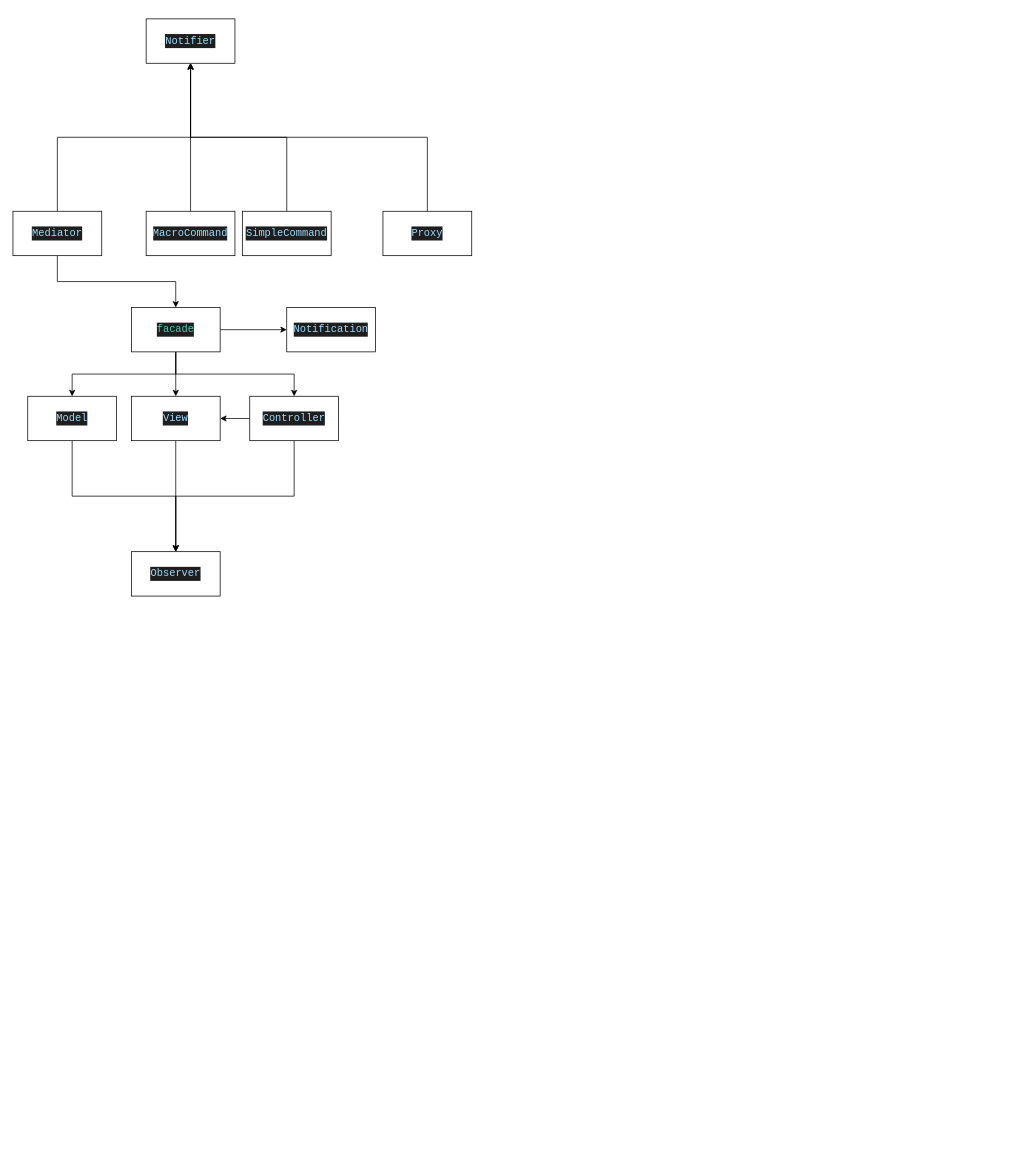
This is page "第 1 页" (5 of 7) of PureMVC.drawio from 1995zmj/ZMJ, a draw.io file, before an edit. Source tidied: cells renumbered, new cells numbered last; positions are measured from the earlier drawing's top-left corner, leaving out a move shared by most shapes. Both pictures are drawn from the tidied source at 74%, with x=0, y=0 at pixel (13, 18).
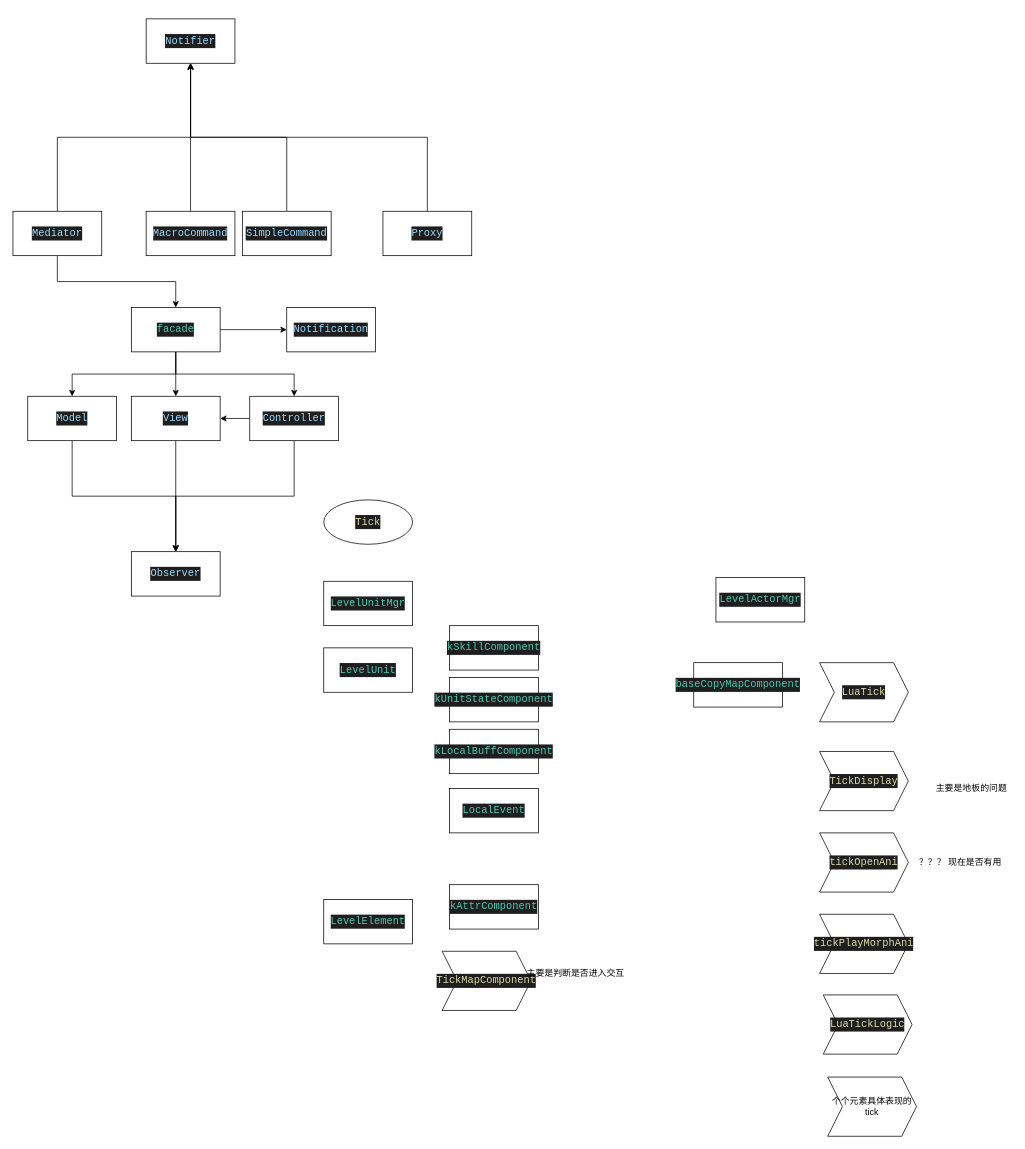
Above is the later version.

The edit, as a diff of the source:
```diff
@@
+    <mxCell id="26" value="&lt;div style=&quot;color: rgb(212 , 212 , 212) ; background-color: rgb(30 , 30 , 30) ; font-family: &amp;#34;consolas&amp;#34; , &amp;#34;courier new&amp;#34; , monospace ; font-size: 14px ; line-height: 19px&quot;&gt;&lt;span style=&quot;color: #4ec9b0&quot;&gt;LevelUnitMgr&lt;/span&gt;&lt;/div&gt;" style="whiteSpace=wrap;html=1;" parent="1" vertex="1">
+      <mxGeometry x="420" y="760" width="120" height="60" as="geometry" />
+    </mxCell>
+    <mxCell id="27" value="&lt;div style=&quot;color: rgb(212 , 212 , 212) ; background-color: rgb(30 , 30 , 30) ; font-family: &amp;#34;consolas&amp;#34; , &amp;#34;courier new&amp;#34; , monospace ; font-size: 14px ; line-height: 19px&quot;&gt;&lt;span style=&quot;color: #dcdcaa&quot;&gt;Tick&lt;/span&gt;&lt;/div&gt;" style="ellipse;whiteSpace=wrap;html=1;" parent="1" vertex="1">
+      <mxGeometry x="420" y="650" width="120" height="60" as="geometry" />
+    </mxCell>
+    <mxCell id="28" value="&lt;div style=&quot;color: rgb(212 , 212 , 212) ; background-color: rgb(30 , 30 , 30) ; font-family: &amp;#34;consolas&amp;#34; , &amp;#34;courier new&amp;#34; , monospace ; font-size: 14px ; line-height: 19px&quot;&gt;&lt;span style=&quot;color: #4ec9b0&quot;&gt;LevelUnit&lt;/span&gt;&lt;/div&gt;" style="whiteSpace=wrap;html=1;" parent="1" vertex="1">
+      <mxGeometry x="420" y="850" width="120" height="60" as="geometry" />
+    </mxCell>
+    <mxCell id="29" value="&lt;div style=&quot;color: rgb(212 , 212 , 212) ; background-color: rgb(30 , 30 , 30) ; font-family: &amp;#34;consolas&amp;#34; , &amp;#34;courier new&amp;#34; , monospace ; font-size: 14px ; line-height: 19px&quot;&gt;&lt;span style=&quot;color: #4ec9b0&quot;&gt;LocalEvent&lt;/span&gt;&lt;/div&gt;" style="whiteSpace=wrap;html=1;" parent="1" vertex="1">
+      <mxGeometry x="590" y="1040" width="120" height="60" as="geometry" />
+    </mxCell>
+    <mxCell id="30" value="&lt;div style=&quot;color: rgb(212 , 212 , 212) ; background-color: rgb(30 , 30 , 30) ; font-family: &amp;#34;consolas&amp;#34; , &amp;#34;courier new&amp;#34; , monospace ; font-size: 14px ; line-height: 19px&quot;&gt;&lt;span style=&quot;color: #4ec9b0&quot;&gt;kSkillComponent&lt;/span&gt;&lt;/div&gt;" style="whiteSpace=wrap;html=1;" parent="1" vertex="1">
+      <mxGeometry x="590" y="820" width="120" height="60" as="geometry" />
+    </mxCell>
+    <mxCell id="31" value="&lt;div style=&quot;color: rgb(212 , 212 , 212) ; background-color: rgb(30 , 30 , 30) ; font-family: &amp;#34;consolas&amp;#34; , &amp;#34;courier new&amp;#34; , monospace ; font-size: 14px ; line-height: 19px&quot;&gt;&lt;span style=&quot;color: #4ec9b0&quot;&gt;kUnitStateComponent&lt;/span&gt;&lt;/div&gt;" style="whiteSpace=wrap;html=1;" parent="1" vertex="1">
+      <mxGeometry x="590" y="890" width="120" height="60" as="geometry" />
+    </mxCell>
+    <mxCell id="32" value="&lt;div style=&quot;color: rgb(212 , 212 , 212) ; background-color: rgb(30 , 30 , 30) ; font-family: &amp;#34;consolas&amp;#34; , &amp;#34;courier new&amp;#34; , monospace ; font-size: 14px ; line-height: 19px&quot;&gt;&lt;span style=&quot;color: #4ec9b0&quot;&gt;kLocalBuffComponent&lt;/span&gt;&lt;/div&gt;" style="whiteSpace=wrap;html=1;" parent="1" vertex="1">
+      <mxGeometry x="590" y="960" width="120" height="60" as="geometry" />
+    </mxCell>
+    <mxCell id="33" value="&lt;div style=&quot;color: rgb(212 , 212 , 212) ; background-color: rgb(30 , 30 , 30) ; font-family: &amp;#34;consolas&amp;#34; , &amp;#34;courier new&amp;#34; , monospace ; font-size: 14px ; line-height: 19px&quot;&gt;&lt;span style=&quot;color: #4ec9b0&quot;&gt;LevelElement&lt;/span&gt;&lt;/div&gt;" style="whiteSpace=wrap;html=1;" parent="1" vertex="1">
+      <mxGeometry x="420" y="1190" width="120" height="60" as="geometry" />
+    </mxCell>
+    <mxCell id="34" value="&lt;div style=&quot;color: rgb(212 , 212 , 212) ; background-color: rgb(30 , 30 , 30) ; font-family: &amp;#34;consolas&amp;#34; , &amp;#34;courier new&amp;#34; , monospace ; font-size: 14px ; line-height: 19px&quot;&gt;&lt;span style=&quot;color: #4ec9b0&quot;&gt;kAttrComponent&lt;/span&gt;&lt;/div&gt;" style="whiteSpace=wrap;html=1;" parent="1" vertex="1">
+      <mxGeometry x="590" y="1170" width="120" height="60" as="geometry" />
+    </mxCell>
+    <mxCell id="35" value="&lt;div style=&quot;color: rgb(212 , 212 , 212) ; background-color: rgb(30 , 30 , 30) ; font-family: &amp;#34;consolas&amp;#34; , &amp;#34;courier new&amp;#34; , monospace ; font-size: 14px ; line-height: 19px&quot;&gt;&lt;span style=&quot;color: #dcdcaa&quot;&gt;TickMapComponent&lt;/span&gt;&lt;/div&gt;" style="shape=step;perimeter=stepPerimeter;whiteSpace=wrap;html=1;fixedSize=1;" parent="1" vertex="1">
+      <mxGeometry x="580" y="1260" width="120" height="80" as="geometry" />
+    </mxCell>
+    <mxCell id="36" value="主要是判断是否进入交互" style="text;html=1;align=center;verticalAlign=middle;strokeColor=none;fillColor=none;" parent="1" vertex="1">
+      <mxGeometry x="685" y="1280" width="150" height="20" as="geometry" />
+    </mxCell>
+    <mxCell id="37" value="&lt;div style=&quot;color: rgb(212 , 212 , 212) ; background-color: rgb(30 , 30 , 30) ; font-family: &amp;#34;consolas&amp;#34; , &amp;#34;courier new&amp;#34; , monospace ; font-size: 14px ; line-height: 19px&quot;&gt;&lt;span style=&quot;color: #4ec9b0&quot;&gt;LevelActorMgr&lt;/span&gt;&lt;/div&gt;" style="whiteSpace=wrap;html=1;" parent="1" vertex="1">
+      <mxGeometry x="950" y="755" width="120" height="60" as="geometry" />
+    </mxCell>
+    <mxCell id="38" value="&lt;div style=&quot;color: rgb(212 , 212 , 212) ; background-color: rgb(30 , 30 , 30) ; font-family: &amp;#34;consolas&amp;#34; , &amp;#34;courier new&amp;#34; , monospace ; font-size: 14px ; line-height: 19px&quot;&gt;&lt;span style=&quot;color: #dcdcaa&quot;&gt;LuaTick&lt;/span&gt;&lt;/div&gt;" style="shape=step;perimeter=stepPerimeter;whiteSpace=wrap;html=1;fixedSize=1;" parent="1" vertex="1">
+      <mxGeometry x="1090" y="870" width="120" height="80" as="geometry" />
+    </mxCell>
+    <mxCell id="39" value="&lt;div style=&quot;color: rgb(212 , 212 , 212) ; background-color: rgb(30 , 30 , 30) ; font-family: &amp;#34;consolas&amp;#34; , &amp;#34;courier new&amp;#34; , monospace ; font-size: 14px ; line-height: 19px&quot;&gt;&lt;span style=&quot;color: #4ec9b0&quot;&gt;baseCopyMapComponent&lt;/span&gt;&lt;/div&gt;" style="whiteSpace=wrap;html=1;" parent="1" vertex="1">
+      <mxGeometry x="920" y="870" width="120" height="60" as="geometry" />
+    </mxCell>
+    <mxCell id="40" value="&lt;div style=&quot;color: rgb(212 , 212 , 212) ; background-color: rgb(30 , 30 , 30) ; font-family: &amp;#34;consolas&amp;#34; , &amp;#34;courier new&amp;#34; , monospace ; font-size: 14px ; line-height: 19px&quot;&gt;&lt;span style=&quot;color: #dcdcaa&quot;&gt;TickDisplay&lt;/span&gt;&lt;/div&gt;" style="shape=step;perimeter=stepPerimeter;whiteSpace=wrap;html=1;fixedSize=1;" parent="1" vertex="1">
+      <mxGeometry x="1090" y="990" width="120" height="80" as="geometry" />
+    </mxCell>
+    <mxCell id="41" value="&lt;div style=&quot;color: rgb(212 , 212 , 212) ; background-color: rgb(30 , 30 , 30) ; font-family: &amp;#34;consolas&amp;#34; , &amp;#34;courier new&amp;#34; , monospace ; font-size: 14px ; line-height: 19px&quot;&gt;&lt;span style=&quot;color: #dcdcaa&quot;&gt;tickOpenAni&lt;/span&gt;&lt;/div&gt;" style="shape=step;perimeter=stepPerimeter;whiteSpace=wrap;html=1;fixedSize=1;" parent="1" vertex="1">
+      <mxGeometry x="1090" y="1100" width="120" height="80" as="geometry" />
+    </mxCell>
+    <mxCell id="42" value="&lt;div style=&quot;color: rgb(212 , 212 , 212) ; background-color: rgb(30 , 30 , 30) ; font-family: &amp;#34;consolas&amp;#34; , &amp;#34;courier new&amp;#34; , monospace ; font-size: 14px ; line-height: 19px&quot;&gt;&lt;span style=&quot;color: #dcdcaa&quot;&gt;tickPlayMorphAni&lt;/span&gt;&lt;/div&gt;" style="shape=step;perimeter=stepPerimeter;whiteSpace=wrap;html=1;fixedSize=1;" parent="1" vertex="1">
+      <mxGeometry x="1090" y="1210" width="120" height="80" as="geometry" />
+    </mxCell>
+    <mxCell id="43" value="&lt;div style=&quot;color: rgb(212 , 212 , 212) ; background-color: rgb(30 , 30 , 30) ; font-family: &amp;#34;consolas&amp;#34; , &amp;#34;courier new&amp;#34; , monospace ; font-size: 14px ; line-height: 19px&quot;&gt;&lt;span style=&quot;color: #dcdcaa&quot;&gt;LuaTickLogic&lt;/span&gt;&lt;/div&gt;" style="shape=step;perimeter=stepPerimeter;whiteSpace=wrap;html=1;fixedSize=1;" parent="1" vertex="1">
+      <mxGeometry x="1095" y="1319" width="120" height="80" as="geometry" />
+    </mxCell>
+    <mxCell id="44" value="主要是地板的问题" style="text;html=1;align=center;verticalAlign=middle;strokeColor=none;fillColor=none;" parent="1" vertex="1">
+      <mxGeometry x="1240" y="1030" width="110" height="20" as="geometry" />
+    </mxCell>
+    <mxCell id="45" value="？？？ 现在是否有用" style="text;html=1;align=center;verticalAlign=middle;strokeColor=none;fillColor=none;" parent="1" vertex="1">
+      <mxGeometry x="1215" y="1130" width="130" height="20" as="geometry" />
+    </mxCell>
+    <mxCell id="46" value="个个元素具体表现的tick" style="shape=step;perimeter=stepPerimeter;whiteSpace=wrap;html=1;fixedSize=1;" parent="1" vertex="1">
+      <mxGeometry x="1101" y="1430" width="120" height="80" as="geometry" />
+    </mxCell>
```
